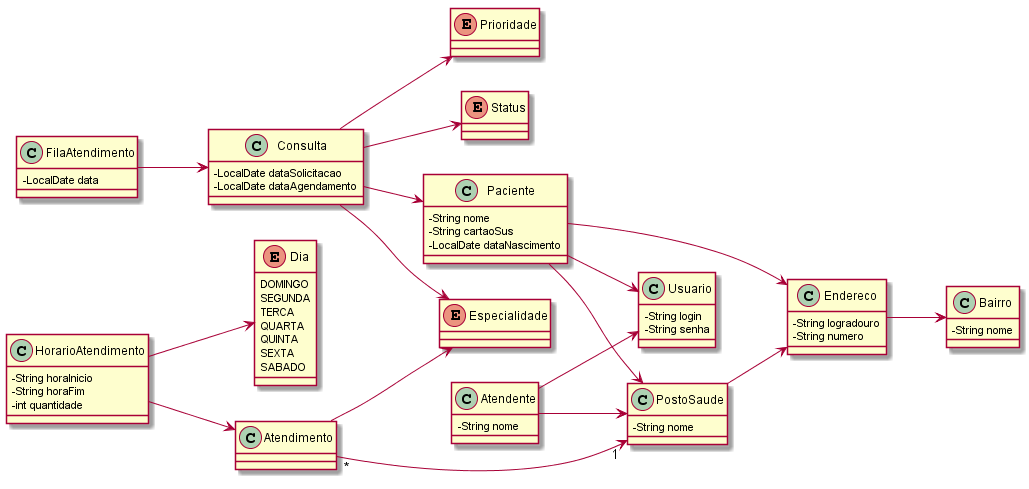
ifpe-cti/saudegaranhuns keeps this PlantUML diagram as docs/uml/saudegaranhuns-classes.png. Above is the earlier version.
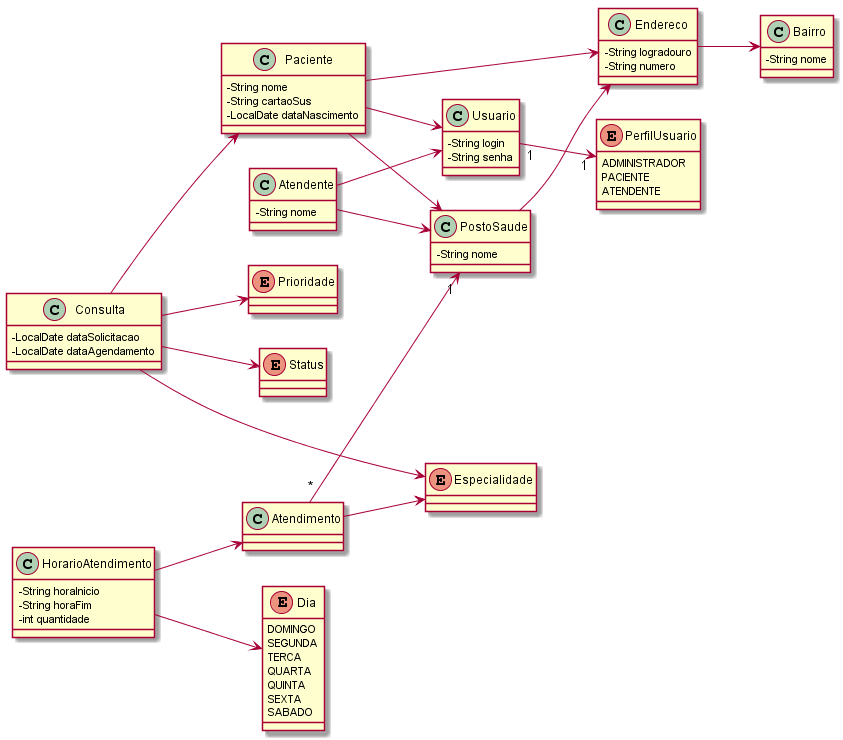
The same file after the commit.

Commit message:
Atualização da imagem do diagrama de classes

Diff of the diagram source:
```diff
@@ -20,6 +20,12 @@
   QUINTA
   SEXTA
   SABADO
+}
+
+enum PerfilUsuario {
+  ADMINISTRADOR
+  PACIENTE
+  ATENDENTE
 }
 
 class Usuario {
@@ -55,10 +61,6 @@
   -LocalDate dataAgendamento
 }
 
-class FilaAtendimento {
-  -LocalDate data
-}
-
 class Atendimento {
 }
 
@@ -77,10 +79,11 @@
 Paciente --> Endereco
 Paciente --> Usuario
 
+
+
 Atendente --> PostoSaude
 Atendente --> Usuario
-
-FilaAtendimento --> Consulta
+Usuario "1" --> "1" PerfilUsuario
 
 PostoSaude --> Endereco
 
```
